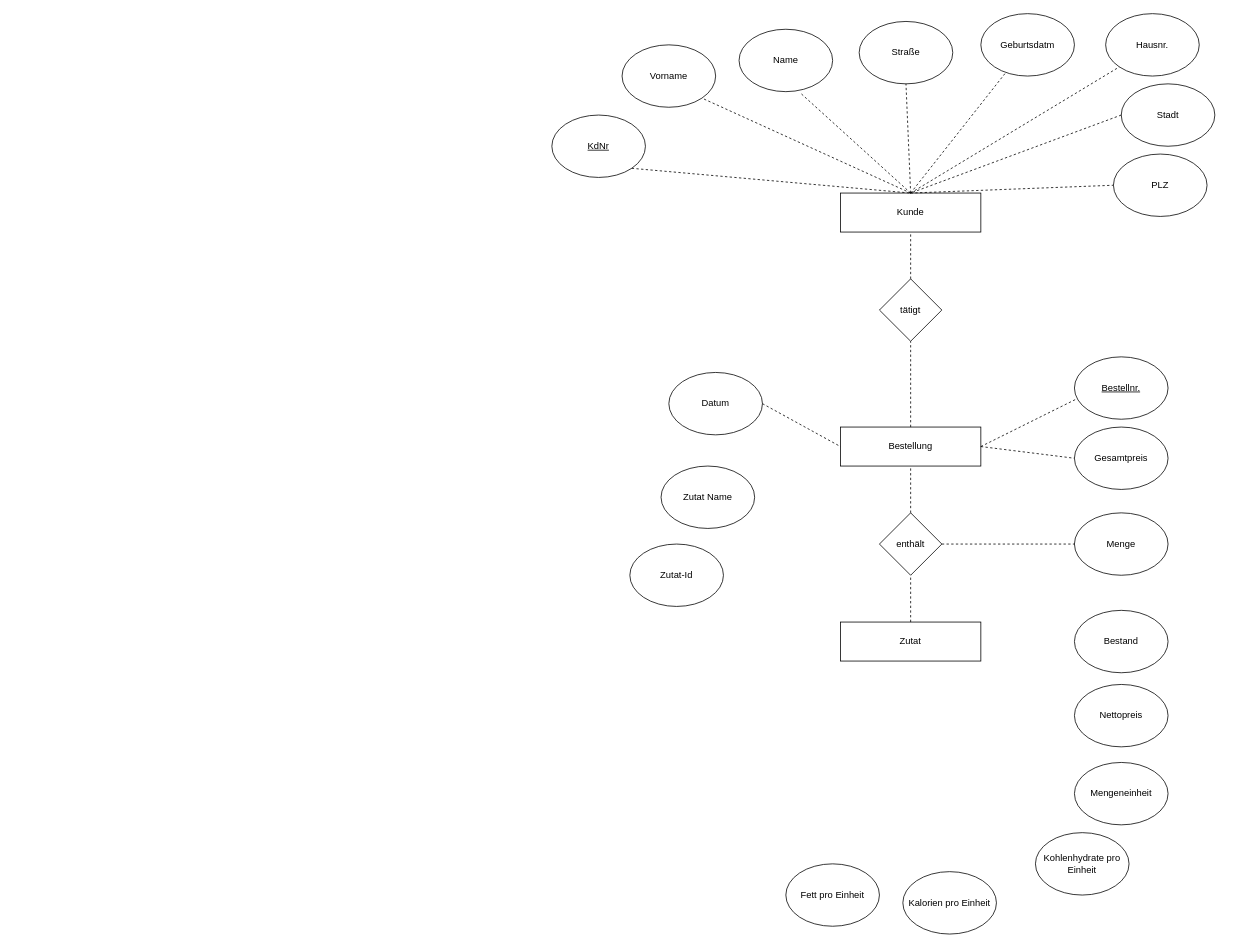
Before: Untitled Diagram.drawio in AlassaneBenjamin/Alassane, a draw.io diagram. Source tidied: cells renumbered, new cells numbered last; positions are measured from the earlier drawing's top-left corner, leaving out a move shared by most shapes. Both pictures are drawn from the tidied source at 78%, with x=0, y=0 at pixel (551, 13).
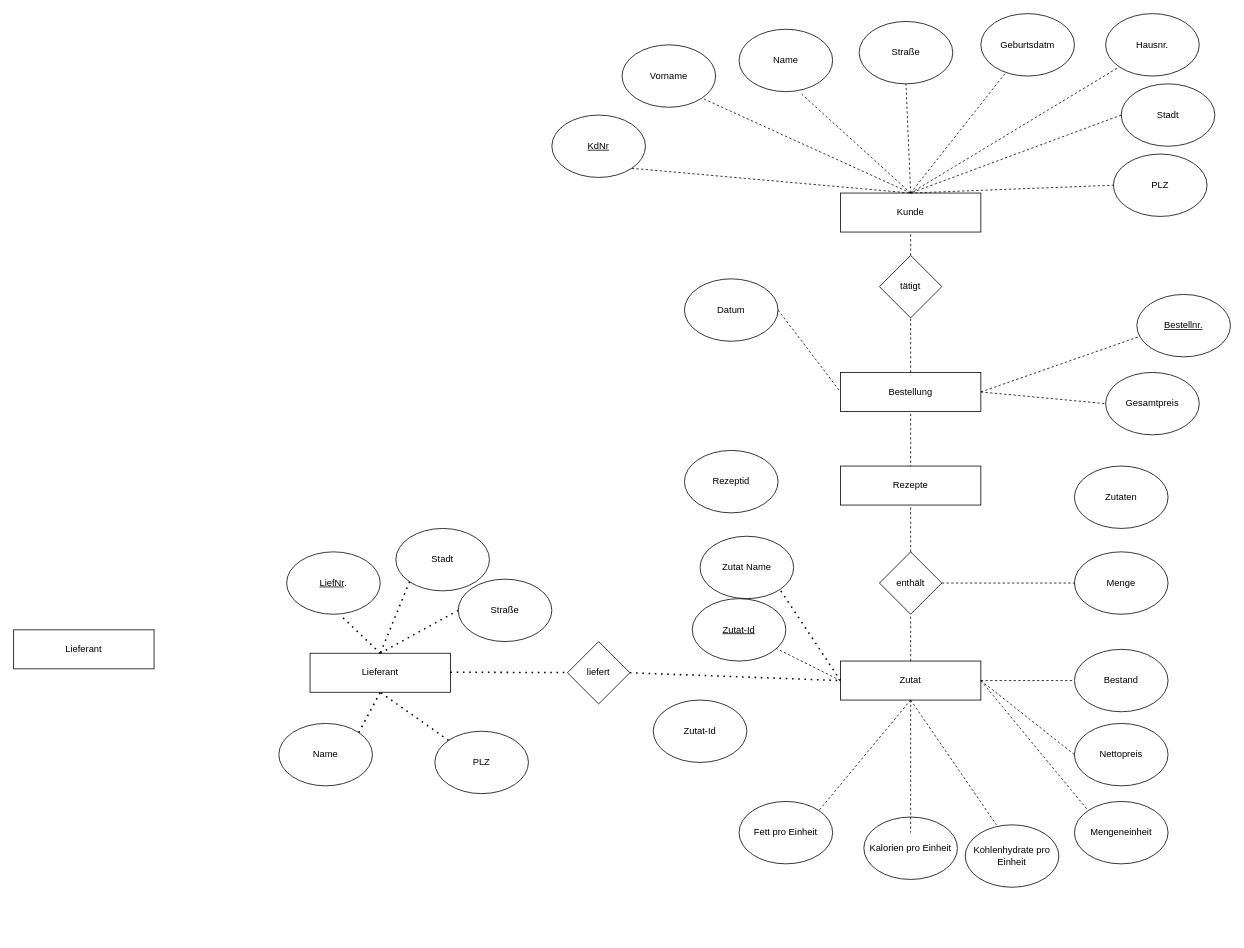
The same diagram, later.

Diff of the diagram source:
```diff
@@
     <mxCell id="19" value="tätigt" style="rhombus;whiteSpace=wrap;html=1;" parent="1" vertex="1">
-      <mxGeometry x="420" y="340" width="80" height="80" as="geometry" />
+      <mxGeometry x="420" y="310" width="80" height="80" as="geometry" />
     </mxCell>
@@
     <mxCell id="21" value="Bestellung" style="rounded=0;whiteSpace=wrap;html=1;" parent="1" vertex="1">
-      <mxGeometry x="370" y="530" width="180" height="50" as="geometry" />
+      <mxGeometry x="370" y="460" width="180" height="50" as="geometry" />
     </mxCell>
     <mxCell id="22" value="Gesamtpreis" style="ellipse;whiteSpace=wrap;html=1;" parent="1" vertex="1">
-      <mxGeometry x="670" y="530" width="120" height="80" as="geometry" />
+      <mxGeometry x="710" y="460" width="120" height="80" as="geometry" />
     </mxCell>
     <mxCell id="23" value="&lt;u&gt;Bestellnr.&lt;/u&gt;" style="ellipse;whiteSpace=wrap;html=1;" parent="1" vertex="1">
-      <mxGeometry x="670" y="440" width="120" height="80" as="geometry" />
+      <mxGeometry x="750" y="360" width="120" height="80" as="geometry" />
     </mxCell>
     <mxCell id="24" value="Datum" style="ellipse;whiteSpace=wrap;html=1;" parent="1" vertex="1">
-      <mxGeometry x="150" y="460" width="120" height="80" as="geometry" />
+      <mxGeometry x="170" y="340" width="120" height="80" as="geometry" />
     </mxCell>
@@
     <mxCell id="29" value="enthält" style="rhombus;whiteSpace=wrap;html=1;" parent="1" vertex="1">
-      <mxGeometry x="420" y="640" width="80" height="80" as="geometry" />
+      <mxGeometry x="420" y="690" width="80" height="80" as="geometry" />
     </mxCell>
     <mxCell id="30" value="Menge" style="ellipse;whiteSpace=wrap;html=1;" parent="1" vertex="1">
-      <mxGeometry x="670" y="640" width="120" height="80" as="geometry" />
+      <mxGeometry x="670" y="690" width="120" height="80" as="geometry" />
     </mxCell>
@@
     <mxCell id="33" value="Zutat" style="rounded=0;whiteSpace=wrap;html=1;" parent="1" vertex="1">
-      <mxGeometry x="370" y="780" width="180" height="50" as="geometry" />
+      <mxGeometry x="370" y="830" width="180" height="50" as="geometry" />
     </mxCell>
@@
     <mxCell id="35" value="Bestand" style="ellipse;whiteSpace=wrap;html=1;" parent="1" vertex="1">
-      <mxGeometry x="670" y="765" width="120" height="80" as="geometry" />
+      <mxGeometry x="670" y="815" width="120" height="80" as="geometry" />
     </mxCell>
     <mxCell id="36" value="Nettopreis" style="ellipse;whiteSpace=wrap;html=1;" parent="1" vertex="1">
-      <mxGeometry x="670" y="860" width="120" height="80" as="geometry" />
+      <mxGeometry x="670" y="910" width="120" height="80" as="geometry" />
     </mxCell>
     <mxCell id="37" value="Mengeneinheit" style="ellipse;whiteSpace=wrap;html=1;" parent="1" vertex="1">
-      <mxGeometry x="670" y="960" width="120" height="80" as="geometry" />
+      <mxGeometry x="670" y="1010" width="120" height="80" as="geometry" />
     </mxCell>
     <mxCell id="38" value="Kohlenhydrate pro Einheit" style="ellipse;whiteSpace=wrap;html=1;" parent="1" vertex="1">
-      <mxGeometry x="620" y="1050" width="120" height="80" as="geometry" />
+      <mxGeometry x="530" y="1040" width="120" height="80" as="geometry" />
     </mxCell>
     <mxCell id="39" value="Kalorien pro Einheit" style="ellipse;whiteSpace=wrap;html=1;" parent="1" vertex="1">
-      <mxGeometry x="450" y="1100" width="120" height="80" as="geometry" />
+      <mxGeometry x="400" y="1030" width="120" height="80" as="geometry" />
     </mxCell>
     <mxCell id="40" value="Fett pro Einheit" style="ellipse;whiteSpace=wrap;html=1;" parent="1" vertex="1">
-      <mxGeometry x="300" y="1090" width="120" height="80" as="geometry" />
+      <mxGeometry x="240" y="1010" width="120" height="80" as="geometry" />
     </mxCell>
     <mxCell id="41" value="Zutat Name" style="ellipse;whiteSpace=wrap;html=1;" parent="1" vertex="1">
-      <mxGeometry x="140" y="580" width="120" height="80" as="geometry" />
+      <mxGeometry x="190" y="670" width="120" height="80" as="geometry" />
     </mxCell>
-    <mxCell id="42" value="Zutat-Id" style="ellipse;whiteSpace=wrap;html=1;" parent="1" vertex="1">
-      <mxGeometry x="100" y="680" width="120" height="80" as="geometry" />
+    <mxCell id="42" value="&lt;u&gt;Zutat-Id&lt;/u&gt;" style="ellipse;whiteSpace=wrap;html=1;" parent="1" vertex="1">
+      <mxGeometry x="180" y="750" width="120" height="80" as="geometry" />
     </mxCell>
+    <mxCell id="43" style="endArrow=none;dashed=1;html=1;rounded=0;exitX=1;exitY=0.5;exitDx=0;exitDy=0;entryX=0;entryY=0.5;entryDx=0;entryDy=0;" parent="1" edge="1" source="33" target="35">
+      <mxGeometry relative="1" as="geometry" />
+    </mxCell>
+    <mxCell id="44" style="endArrow=none;dashed=1;html=1;rounded=0;exitX=1;exitY=0.5;exitDx=0;exitDy=0;entryX=0;entryY=0.5;entryDx=0;entryDy=0;" parent="1" edge="1" source="33" target="36">
+      <mxGeometry relative="1" as="geometry" />
+    </mxCell>
+    <mxCell id="45" style="endArrow=none;dashed=1;html=1;rounded=0;exitX=1;exitY=0.5;exitDx=0;exitDy=0;entryX=0;entryY=0;entryDx=0;entryDy=0;" parent="1" edge="1" source="33" target="37">
+      <mxGeometry relative="1" as="geometry" />
+    </mxCell>
+    <mxCell id="46" style="endArrow=none;dashed=1;html=1;rounded=0;" parent="1" edge="1">
+      <mxGeometry relative="1" as="geometry">
+        <mxPoint x="460" y="880" as="sourcePoint" />
+        <mxPoint x="570" y="1040" as="targetPoint" />
+      </mxGeometry>
+    </mxCell>
+    <mxCell id="47" style="endArrow=none;dashed=1;html=1;dashPattern=1 3;strokeWidth=2;rounded=0;entryX=1;entryY=1;entryDx=0;entryDy=0;exitX=0;exitY=0.5;exitDx=0;exitDy=0;" parent="1" edge="1" source="33" target="41">
+      <mxGeometry relative="1" as="geometry" />
+    </mxCell>
+    <mxCell id="48" style="endArrow=none;dashed=1;html=1;rounded=0;exitX=0;exitY=0.5;exitDx=0;exitDy=0;" parent="1" edge="1" source="33" target="42">
+      <mxGeometry relative="1" as="geometry" />
+    </mxCell>
+    <mxCell id="49" style="endArrow=none;dashed=1;html=1;rounded=0;exitX=0.5;exitY=1;exitDx=0;exitDy=0;entryX=0.5;entryY=0;entryDx=0;entryDy=0;" parent="1" edge="1" source="33">
+      <mxGeometry relative="1" as="geometry">
+        <mxPoint x="460" y="1050" as="targetPoint" />
+        <Array as="points">
+          <mxPoint x="460" y="990" />
+        </Array>
+      </mxGeometry>
+    </mxCell>
+    <mxCell id="50" style="endArrow=none;dashed=1;html=1;rounded=0;exitX=0.5;exitY=1;exitDx=0;exitDy=0;entryX=1;entryY=0;entryDx=0;entryDy=0;" parent="1" edge="1" source="33" target="40">
+      <mxGeometry relative="1" as="geometry" />
+    </mxCell>
+    <mxCell id="51" value="Lieferant" style="rounded=0;whiteSpace=wrap;html=1;" parent="1" vertex="1">
+      <mxGeometry x="-310" y="820" width="180" height="50" as="geometry" />
+    </mxCell>
+    <mxCell id="52" value="&lt;u&gt;LiefNr&lt;/u&gt;." style="ellipse;whiteSpace=wrap;html=1;" parent="1" vertex="1">
+      <mxGeometry x="-340" y="690" width="120" height="80" as="geometry" />
+    </mxCell>
+    <mxCell id="53" value="Name" style="ellipse;whiteSpace=wrap;html=1;" parent="1" vertex="1">
+      <mxGeometry x="-350" y="910" width="120" height="80" as="geometry" />
+    </mxCell>
+    <mxCell id="54" value="PLZ" style="ellipse;whiteSpace=wrap;html=1;" parent="1" vertex="1">
+      <mxGeometry x="-150" y="920" width="120" height="80" as="geometry" />
+    </mxCell>
+    <mxCell id="55" value="Zutat-Id" style="ellipse;whiteSpace=wrap;html=1;" parent="1" vertex="1">
+      <mxGeometry x="130" y="880" width="120" height="80" as="geometry" />
+    </mxCell>
+    <mxCell id="56" value="Straße" style="ellipse;whiteSpace=wrap;html=1;" parent="1" vertex="1">
+      <mxGeometry x="-120" y="725" width="120" height="80" as="geometry" />
+    </mxCell>
+    <mxCell id="57" value="Stadt" style="ellipse;whiteSpace=wrap;html=1;" parent="1" vertex="1">
+      <mxGeometry x="-200" y="660" width="120" height="80" as="geometry" />
+    </mxCell>
+    <mxCell id="58" value="liefert" style="rhombus;whiteSpace=wrap;html=1;" parent="1" vertex="1">
+      <mxGeometry x="20" y="805" width="80" height="80" as="geometry" />
+    </mxCell>
+    <mxCell id="59" style="endArrow=none;dashed=1;html=1;dashPattern=1 3;strokeWidth=2;rounded=0;entryX=0;entryY=0.5;entryDx=0;entryDy=0;exitX=1;exitY=0.5;exitDx=0;exitDy=0;" parent="1" edge="1" source="58" target="33">
+      <mxGeometry relative="1" as="geometry" />
+    </mxCell>
+    <mxCell id="60" style="endArrow=none;dashed=1;html=1;dashPattern=1 3;strokeWidth=2;rounded=0;exitX=1;exitY=0.5;exitDx=0;exitDy=0;" parent="1" edge="1">
+      <mxGeometry relative="1" as="geometry">
+        <mxPoint x="-130" y="844.3" as="sourcePoint" />
+        <mxPoint x="20" y="844.8" as="targetPoint" />
+      </mxGeometry>
+    </mxCell>
+    <mxCell id="61" style="endArrow=none;dashed=1;html=1;dashPattern=1 3;strokeWidth=2;rounded=0;exitX=0.603;exitY=1.058;exitDx=0;exitDy=0;exitPerimeter=0;entryX=0.5;entryY=0;entryDx=0;entryDy=0;" parent="1" edge="1" source="52" target="51">
+      <mxGeometry relative="1" as="geometry" />
+    </mxCell>
+    <mxCell id="62" style="endArrow=none;dashed=1;html=1;dashPattern=1 3;strokeWidth=2;rounded=0;exitX=0;exitY=1;exitDx=0;exitDy=0;entryX=0.5;entryY=0;entryDx=0;entryDy=0;" parent="1" edge="1" source="57" target="51">
+      <mxGeometry relative="1" as="geometry" />
+    </mxCell>
+    <mxCell id="63" style="endArrow=none;dashed=1;html=1;dashPattern=1 3;strokeWidth=2;rounded=0;exitX=0;exitY=0.5;exitDx=0;exitDy=0;entryX=0.5;entryY=0;entryDx=0;entryDy=0;" parent="1" edge="1" source="56" target="51">
+      <mxGeometry relative="1" as="geometry" />
+    </mxCell>
+    <mxCell id="64" style="endArrow=none;dashed=1;html=1;dashPattern=1 3;strokeWidth=2;rounded=0;exitX=0;exitY=0;exitDx=0;exitDy=0;entryX=0.5;entryY=1;entryDx=0;entryDy=0;" parent="1" edge="1" source="54" target="51">
+      <mxGeometry relative="1" as="geometry" />
+    </mxCell>
+    <mxCell id="65" style="endArrow=none;dashed=1;html=1;dashPattern=1 3;strokeWidth=2;rounded=0;exitX=1;exitY=0;exitDx=0;exitDy=0;" parent="1" edge="1" source="53">
+      <mxGeometry relative="1" as="geometry">
+        <mxPoint x="-220" y="870" as="targetPoint" />
+      </mxGeometry>
+    </mxCell>
+    <mxCell id="66" value="Lieferant" style="rounded=0;whiteSpace=wrap;html=1;" parent="1" vertex="1">
+      <mxGeometry x="-690" y="790" width="180" height="50" as="geometry" />
+    </mxCell>
+    <mxCell id="67" value="Rezepte" style="rounded=0;whiteSpace=wrap;html=1;" parent="1" vertex="1">
+      <mxGeometry x="370" y="580" width="180" height="50" as="geometry" />
+    </mxCell>
+    <mxCell id="68" value="Zutaten" style="ellipse;whiteSpace=wrap;html=1;" parent="1" vertex="1">
+      <mxGeometry x="670" y="580" width="120" height="80" as="geometry" />
+    </mxCell>
+    <mxCell id="69" value="Rezeptid" style="ellipse;whiteSpace=wrap;html=1;" parent="1" vertex="1">
+      <mxGeometry x="170" y="560" width="120" height="80" as="geometry" />
+    </mxCell>
```
